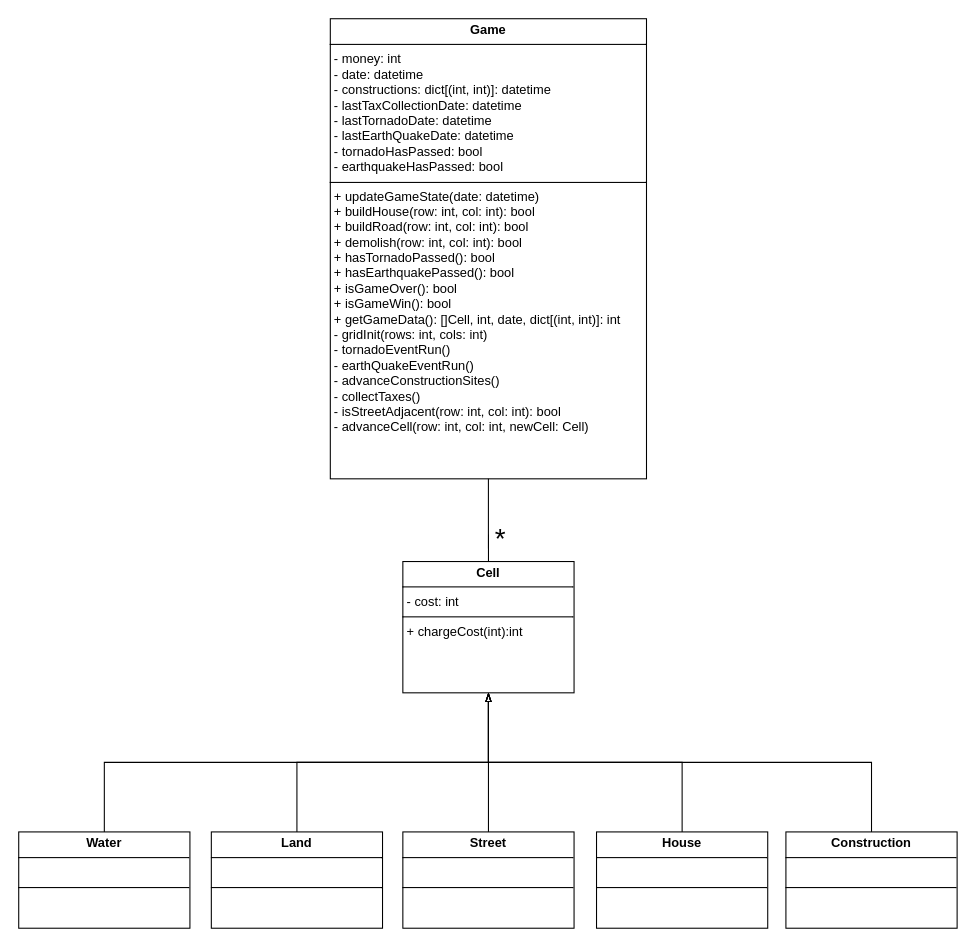
Before: simucities2000.drawio in lucio920/SimuCitiesDemo, a draw.io diagram. Source tidied: cells renumbered, new cells numbered last; positions are measured from the earlier drawing's top-left corner, leaving out a move shared by most shapes. Both pictures are drawn from the tidied source at 107%, with x=0, y=0 at pixel (18, 18).
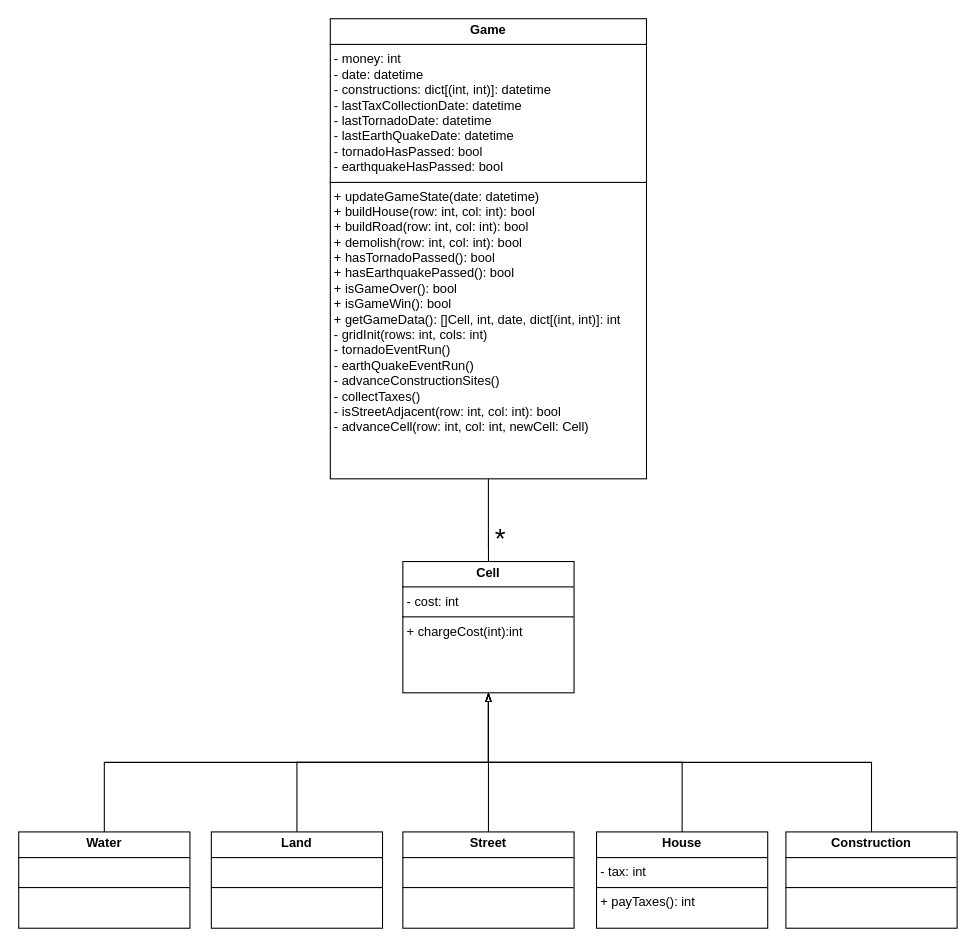
After the change.

Commit message (it also covers changes not shown here):
agregado diagrama de clases

Change to the diagram source:
```diff
@@
 <mxGraphModel>
   <root>
     <mxCell id="0" />
     <mxCell id="1" parent="0" />
     <mxCell id="2" value="&lt;p style=&quot;margin:0px;margin-top:4px;text-align:center;&quot;&gt;&lt;b&gt;Game&lt;/b&gt;&lt;/p&gt;&lt;hr size=&quot;1&quot; style=&quot;border-style:solid;&quot;&gt;&lt;p style=&quot;margin:0px;margin-left:4px;&quot;&gt;- money: int&lt;/p&gt;&lt;p style=&quot;margin:0px;margin-left:4px;&quot;&gt;- date: datetime&lt;/p&gt;&lt;p style=&quot;margin:0px;margin-left:4px;&quot;&gt;- constructions: dict[(int, int)]: datetime&lt;/p&gt;&lt;p style=&quot;margin:0px;margin-left:4px;&quot;&gt;- lastTaxCollectionDate: datetime&lt;/p&gt;&lt;p style=&quot;margin:0px;margin-left:4px;&quot;&gt;- lastTornadoDate: datetime&lt;/p&gt;&lt;p style=&quot;margin:0px;margin-left:4px;&quot;&gt;- lastEarthQuakeDate: datetime&lt;/p&gt;&lt;p style=&quot;margin:0px;margin-left:4px;&quot;&gt;- tornadoHasPassed: bool&lt;/p&gt;&lt;p style=&quot;margin:0px;margin-left:4px;&quot;&gt;- earthquakeHasPassed: bool&lt;/p&gt;&lt;hr size=&quot;1&quot; style=&quot;border-style:solid;&quot;&gt;&lt;p style=&quot;margin:0px;margin-left:4px;&quot;&gt;+ updateGameState(date: datetime)&lt;/p&gt;&lt;p style=&quot;margin:0px;margin-left:4px;&quot;&gt;+ buildHouse(row: int, col: int): bool&lt;/p&gt;&lt;p style=&quot;margin:0px;margin-left:4px;&quot;&gt;+ buildRoad(&lt;span style=&quot;background-color: initial;&quot;&gt;row: int, col: int): bool&lt;/span&gt;&lt;/p&gt;&lt;p style=&quot;margin:0px;margin-left:4px;&quot;&gt;&lt;span style=&quot;background-color: initial;&quot;&gt;+ demolish(&lt;/span&gt;&lt;span style=&quot;background-color: initial;&quot;&gt;row: int, col: int): bool&lt;/span&gt;&lt;/p&gt;&lt;p style=&quot;margin:0px;margin-left:4px;&quot;&gt;&lt;span style=&quot;background-color: initial;&quot;&gt;+ hasTornadoPassed(): bool&lt;/span&gt;&lt;/p&gt;&lt;p style=&quot;margin:0px;margin-left:4px;&quot;&gt;&lt;span style=&quot;background-color: initial;&quot;&gt;+ hasEarthquakePassed(): bool&lt;/span&gt;&lt;/p&gt;&lt;p style=&quot;margin:0px;margin-left:4px;&quot;&gt;+ isGameOver(): bool&lt;/p&gt;&lt;p style=&quot;margin:0px;margin-left:4px;&quot;&gt;+ isGameWin(): bool&lt;/p&gt;&lt;p style=&quot;margin:0px;margin-left:4px;&quot;&gt;+ getGameData(): []Cell, int, date,&amp;nbsp;&lt;span style=&quot;background-color: initial;&quot;&gt;dict[(int, int)]: int&lt;/span&gt;&lt;/p&gt;&lt;p style=&quot;margin:0px;margin-left:4px;&quot;&gt;&lt;span style=&quot;background-color: initial;&quot;&gt;- gridInit(rows: int, cols: int)&lt;/span&gt;&lt;/p&gt;&lt;p style=&quot;margin:0px;margin-left:4px;&quot;&gt;&lt;span style=&quot;background-color: initial;&quot;&gt;- tornadoEventRun()&lt;/span&gt;&lt;/p&gt;&lt;p style=&quot;margin:0px;margin-left:4px;&quot;&gt;&lt;span style=&quot;background-color: initial;&quot;&gt;- earthQuakeEventRun()&lt;/span&gt;&lt;/p&gt;&lt;p style=&quot;margin:0px;margin-left:4px;&quot;&gt;&lt;span style=&quot;background-color: initial;&quot;&gt;- advanceConstructionSites()&lt;/span&gt;&lt;/p&gt;&lt;p style=&quot;margin:0px;margin-left:4px;&quot;&gt;&lt;span style=&quot;background-color: initial;&quot;&gt;- collectTaxes()&lt;/span&gt;&lt;/p&gt;&lt;p style=&quot;margin:0px;margin-left:4px;&quot;&gt;&lt;span style=&quot;background-color: initial;&quot;&gt;- isStreetAdjacent(row: int, col: int): bool&lt;/span&gt;&lt;/p&gt;&lt;p style=&quot;margin:0px;margin-left:4px;&quot;&gt;&lt;span style=&quot;background-color: initial;&quot;&gt;- advanceCell(row: int, col: int, newCell: Cell)&lt;/span&gt;&lt;/p&gt;" style="verticalAlign=top;align=left;overflow=fill;html=1;whiteSpace=wrap;" parent="1" vertex="1">
       <mxGeometry x="291.2" width="295.5" height="430" as="geometry" />
     </mxCell>
     <mxCell id="3" style="edgeStyle=orthogonalEdgeStyle;rounded=0;jettySize=auto;html=1;exitX=0.5;exitY=0;exitDx=0;exitDy=0;entryX=0.5;entryY=1;entryDx=0;entryDy=0;endArrow=blockThin;endFill=0;" parent="1" edge="1" source="4" target="15">
       <mxGeometry relative="1" as="geometry" />
     </mxCell>
     <mxCell id="4" value="&lt;p style=&quot;margin:0px;margin-top:4px;text-align:center;&quot;&gt;&lt;b&gt;Construction&lt;/b&gt;&lt;/p&gt;&lt;hr size=&quot;1&quot; style=&quot;border-style:solid;&quot;&gt;&lt;p style=&quot;margin:0px;margin-left:4px;&quot;&gt;&lt;br&gt;&lt;/p&gt;&lt;hr size=&quot;1&quot; style=&quot;border-style:solid;&quot;&gt;&lt;p style=&quot;margin:0px;margin-left:4px;&quot;&gt;&lt;br&gt;&lt;/p&gt;" style="verticalAlign=top;align=left;overflow=fill;html=1;whiteSpace=wrap;" parent="1" vertex="1">
       <mxGeometry x="717" y="760" width="160" height="90" as="geometry" />
     </mxCell>
     <mxCell id="5" style="edgeStyle=orthogonalEdgeStyle;rounded=0;jettySize=auto;html=1;exitX=0.5;exitY=0;exitDx=0;exitDy=0;entryX=0.5;entryY=1;entryDx=0;entryDy=0;endArrow=blockThin;endFill=0;" parent="1" edge="1" source="6" target="15">
       <mxGeometry relative="1" as="geometry" />
     </mxCell>
-    <mxCell id="6" value="&lt;p style=&quot;margin:0px;margin-top:4px;text-align:center;&quot;&gt;&lt;b&gt;House&lt;/b&gt;&lt;/p&gt;&lt;hr size=&quot;1&quot; style=&quot;border-style:solid;&quot;&gt;&lt;p style=&quot;margin:0px;margin-left:4px;&quot;&gt;&lt;br&gt;&lt;/p&gt;&lt;hr size=&quot;1&quot; style=&quot;border-style:solid;&quot;&gt;&lt;p style=&quot;margin:0px;margin-left:4px;&quot;&gt;&lt;br&gt;&lt;/p&gt;" style="verticalAlign=top;align=left;overflow=fill;html=1;whiteSpace=wrap;" parent="1" vertex="1">
+    <mxCell id="6" value="&lt;p style=&quot;margin:0px;margin-top:4px;text-align:center;&quot;&gt;&lt;b&gt;House&lt;/b&gt;&lt;/p&gt;&lt;hr size=&quot;1&quot; style=&quot;border-style:solid;&quot;&gt;&lt;p style=&quot;margin:0px;margin-left:4px;&quot;&gt;- tax: int&lt;/p&gt;&lt;hr size=&quot;1&quot; style=&quot;border-style:solid;&quot;&gt;&lt;p style=&quot;margin:0px;margin-left:4px;&quot;&gt;+ payTaxes(): int&lt;/p&gt;" style="verticalAlign=top;align=left;overflow=fill;html=1;whiteSpace=wrap;" parent="1" vertex="1">
       <mxGeometry x="540" y="760" width="160" height="90" as="geometry" />
     </mxCell>
     <mxCell id="7" style="edgeStyle=orthogonalEdgeStyle;rounded=0;jettySize=auto;html=1;exitX=0.5;exitY=0;exitDx=0;exitDy=0;entryX=0.5;entryY=1;entryDx=0;entryDy=0;endArrow=blockThin;endFill=0;" parent="1" edge="1" source="8" target="15">
       <mxGeometry relative="1" as="geometry" />
     </mxCell>
     <mxCell id="8" value="&lt;p style=&quot;margin:0px;margin-top:4px;text-align:center;&quot;&gt;&lt;b&gt;Street&lt;/b&gt;&lt;/p&gt;&lt;hr size=&quot;1&quot; style=&quot;border-style:solid;&quot;&gt;&lt;p style=&quot;margin:0px;margin-left:4px;&quot;&gt;&lt;br&gt;&lt;/p&gt;&lt;hr size=&quot;1&quot; style=&quot;border-style:solid;&quot;&gt;&lt;p style=&quot;margin:0px;margin-left:4px;&quot;&gt;&lt;br&gt;&lt;/p&gt;" style="verticalAlign=top;align=left;overflow=fill;html=1;whiteSpace=wrap;" parent="1" vertex="1">
       <mxGeometry x="359" y="760" width="160" height="90" as="geometry" />
     </mxCell>
     <mxCell id="9" style="edgeStyle=orthogonalEdgeStyle;rounded=0;jettySize=auto;html=1;exitX=0.5;exitY=0;exitDx=0;exitDy=0;entryX=0.5;entryY=1;entryDx=0;entryDy=0;endArrow=blockThin;endFill=0;" parent="1" edge="1" source="10" target="15">
       <mxGeometry relative="1" as="geometry" />
     </mxCell>
     <mxCell id="10" value="&lt;p style=&quot;margin:0px;margin-top:4px;text-align:center;&quot;&gt;&lt;b&gt;Land&lt;/b&gt;&lt;/p&gt;&lt;hr size=&quot;1&quot; style=&quot;border-style:solid;&quot;&gt;&lt;p style=&quot;margin:0px;margin-left:4px;&quot;&gt;&lt;br&gt;&lt;/p&gt;&lt;hr size=&quot;1&quot; style=&quot;border-style:solid;&quot;&gt;&lt;p style=&quot;margin:0px;margin-left:4px;&quot;&gt;&lt;br&gt;&lt;/p&gt;" style="verticalAlign=top;align=left;overflow=fill;html=1;whiteSpace=wrap;" parent="1" vertex="1">
       <mxGeometry x="180" y="760" width="160" height="90" as="geometry" />
     </mxCell>
     <mxCell id="11" style="edgeStyle=orthogonalEdgeStyle;rounded=0;jettySize=auto;html=1;exitX=0.5;exitY=0;exitDx=0;exitDy=0;entryX=0.5;entryY=1;entryDx=0;entryDy=0;endArrow=blockThin;endFill=0;" parent="1" edge="1" source="12" target="15">
       <mxGeometry relative="1" as="geometry" />
     </mxCell>
     <mxCell id="12" value="&lt;p style=&quot;margin:0px;margin-top:4px;text-align:center;&quot;&gt;&lt;b&gt;Water&lt;/b&gt;&lt;/p&gt;&lt;hr size=&quot;1&quot; style=&quot;border-style:solid;&quot;&gt;&lt;p style=&quot;margin:0px;margin-left:4px;&quot;&gt;&lt;br&gt;&lt;/p&gt;&lt;hr size=&quot;1&quot; style=&quot;border-style:solid;&quot;&gt;&lt;p style=&quot;margin:0px;margin-left:4px;&quot;&gt;&lt;br&gt;&lt;/p&gt;" style="verticalAlign=top;align=left;overflow=fill;html=1;whiteSpace=wrap;" parent="1" vertex="1">
       <mxGeometry y="760" width="160" height="90" as="geometry" />
     </mxCell>
     <mxCell id="13" style="edgeStyle=orthogonalEdgeStyle;rounded=0;jettySize=auto;html=1;exitX=0.5;exitY=1;exitDx=0;exitDy=0;entryX=0.5;entryY=0;entryDx=0;entryDy=0;endArrow=none;endFill=0;" parent="1" edge="1" source="2" target="15">
       <mxGeometry relative="1" as="geometry" />
     </mxCell>
     <mxCell id="14" style="group;" parent="1" vertex="1">
       <mxGeometry x="359" y="480" width="160" height="150" as="geometry" />
     </mxCell>
     <mxCell id="15" value="&lt;p style=&quot;margin:0px;margin-top:4px;text-align:center;&quot;&gt;&lt;b&gt;Cell&lt;/b&gt;&lt;/p&gt;&lt;hr size=&quot;1&quot; style=&quot;border-style:solid;&quot;&gt;&lt;p style=&quot;margin:0px;margin-left:4px;&quot;&gt;- cost: int&amp;nbsp;&lt;/p&gt;&lt;hr size=&quot;1&quot; style=&quot;border-style:solid;&quot;&gt;&lt;p style=&quot;margin:0px;margin-left:4px;&quot;&gt;+ chargeCost(int):int&lt;/p&gt;" style="verticalAlign=top;align=left;overflow=fill;html=1;whiteSpace=wrap;" parent="14" vertex="1">
       <mxGeometry y="27.3" width="160" height="122.7" as="geometry" />
     </mxCell>
     <mxCell id="16" value="*" style="text;html=1;align=center;verticalAlign=middle;strokeColor=none;fillColor=none;fontSize=26;" parent="14" vertex="1">
       <mxGeometry x="76" y="-13.6" width="30" height="40" as="geometry" />
     </mxCell>
   </root>
 </mxGraphModel>
```
